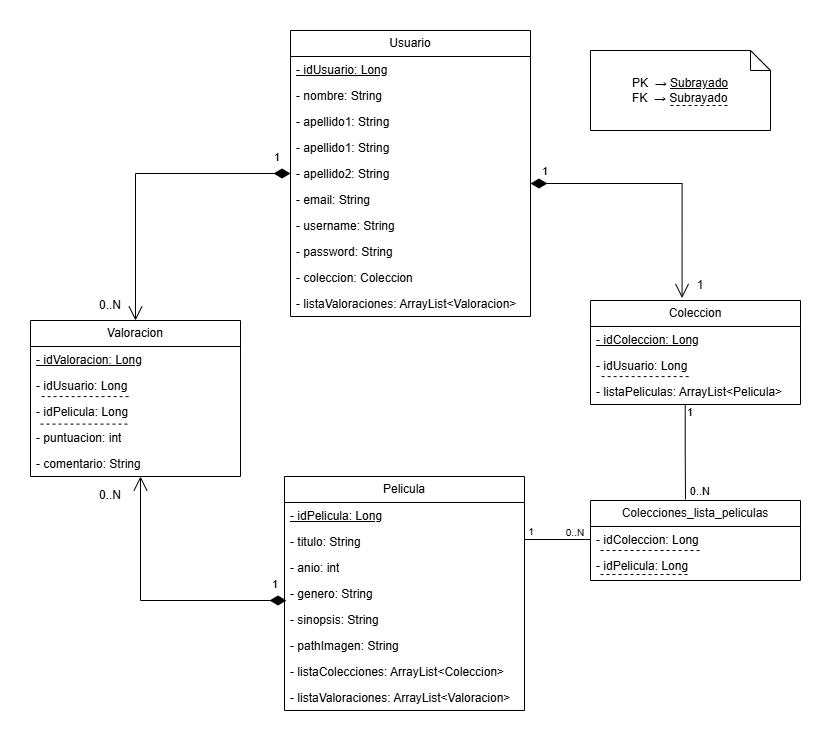
Before: img/readme/MovieTracker_ModeloE_R.png, a diagram exported from draw.io (jespinosd/MDAI_MovieTracker). Source tidied: cells renumbered, new cells last; positions are measured from the earlier drawing's top-left corner, leaving out a move shared by most shapes.
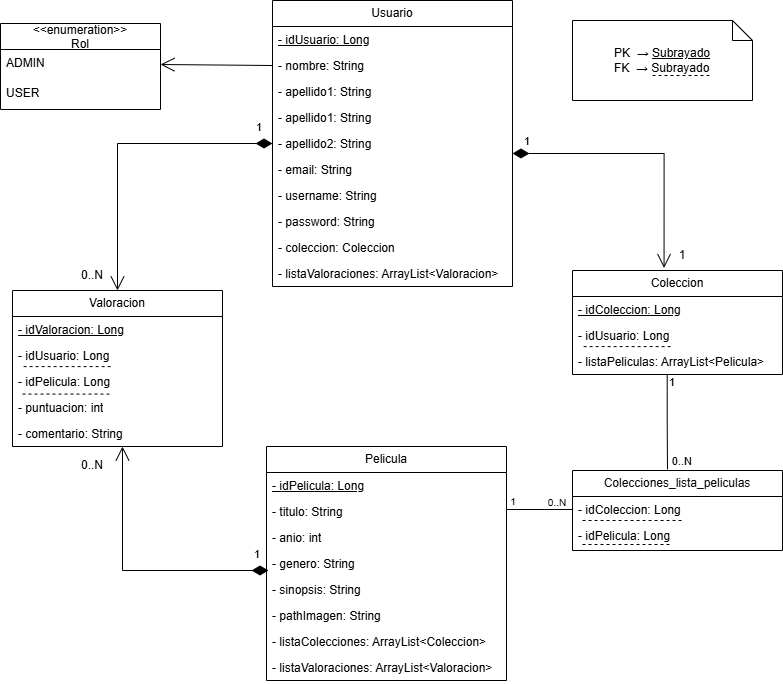
Later version of the same file.

Commit message:
Eliminar línea en pom.xml: limpiar dependencias

Change to the diagram source:
```diff
@@ -180,5 +180,17 @@
         <mxPoint x="25" as="offset" />
       </mxGeometry>
     </mxCell>
+    <mxCell id="54" value="&lt;&lt;enumeration&gt;&gt;&#10;Rol" style="swimlane;fontStyle=0;horizontal=1;startSize=26;align=center;fontSize=12;" parent="1" vertex="1">
+      <mxGeometry x="-12" y="23" width="160" height="86" as="geometry" />
+    </mxCell>
+    <mxCell id="55" value="ADMIN" style="text;strokeColor=none;fillColor=none;spacingLeft=4;spacingRight=4;overflow=hidden;points=[[0,0.5],[1,0.5]];portConstraint=eastwest;fontSize=12;whiteSpace=wrap;html=1;" parent="54" vertex="1">
+      <mxGeometry y="26" width="160" height="30" as="geometry" />
+    </mxCell>
+    <mxCell id="56" value="USER" style="text;strokeColor=none;fillColor=none;spacingLeft=4;spacingRight=4;overflow=hidden;fontSize=12;whiteSpace=wrap;html=1;" parent="54" vertex="1">
+      <mxGeometry y="56" width="160" height="30" as="geometry" />
+    </mxCell>
+    <mxCell id="57" style="endArrow=open;endFill=1;endSize=12;html=1;rounded=0;exitX=0;exitY=0.5;exitDx=0;exitDy=0;entryX=1;entryY=0.5;entryDx=0;entryDy=0;" parent="1" edge="1" source="4" target="55">
+      <mxGeometry relative="1" as="geometry" />
+    </mxCell>
   </root>
 </mxGraphModel>
```
